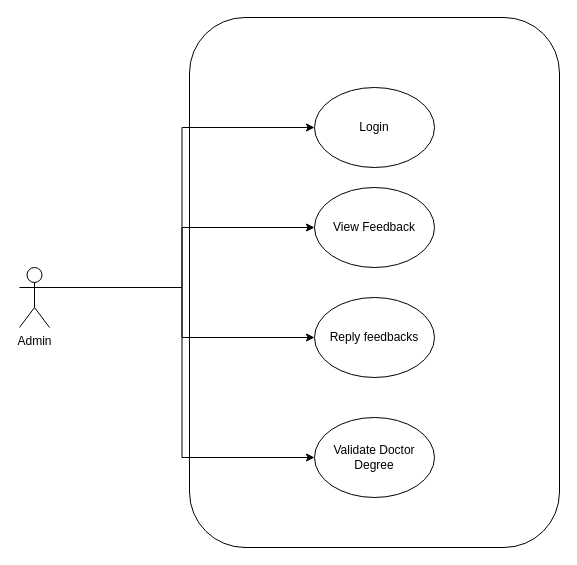
Before: page "admin" (4 of 5) of STQA.drawio in MohitBurkule/doctorconnect, a draw.io diagram. Source tidied: cells renumbered, new cells numbered last; positions are measured from the earlier drawing's top-left corner, leaving out a move shared by most shapes. Both pictures are drawn from the tidied source at 100%, with x=0, y=0 at pixel (19, 17).
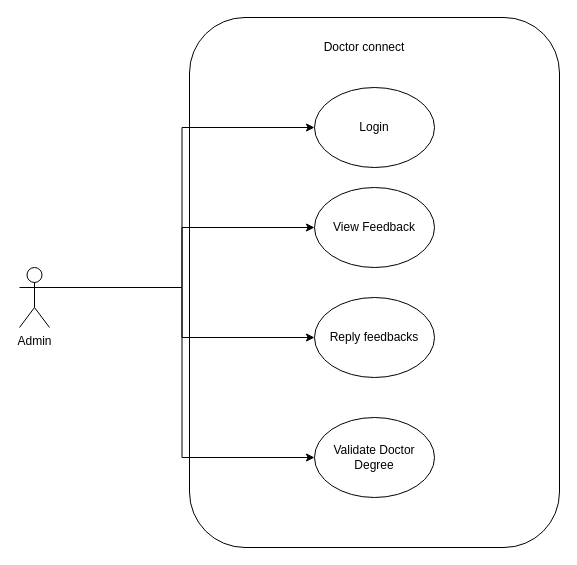
Above is the later version.

Change to the diagram source:
```diff
@@
 <mxGraphModel>
   <root>
     <mxCell id="0" />
     <mxCell id="1" parent="0" />
     <mxCell id="2" style="rounded=1;whiteSpace=wrap;html=1;" parent="1" vertex="1">
       <mxGeometry x="170" width="370" height="530" as="geometry" />
     </mxCell>
     <mxCell id="3" style="edgeStyle=orthogonalEdgeStyle;rounded=0;jettySize=auto;html=1;exitX=1;exitY=0.3333333333333333;exitDx=0;exitDy=0;exitPerimeter=0;entryX=0;entryY=0.5;entryDx=0;entryDy=0;" parent="1" edge="1" source="7" target="8">
       <mxGeometry relative="1" as="geometry" />
     </mxCell>
     <mxCell id="4" style="edgeStyle=orthogonalEdgeStyle;rounded=0;jettySize=auto;html=1;exitX=1;exitY=0.3333333333333333;exitDx=0;exitDy=0;exitPerimeter=0;entryX=0;entryY=0.5;entryDx=0;entryDy=0;" parent="1" edge="1" source="7" target="9">
       <mxGeometry relative="1" as="geometry" />
     </mxCell>
     <mxCell id="5" style="edgeStyle=orthogonalEdgeStyle;rounded=0;jettySize=auto;html=1;exitX=1;exitY=0.3333333333333333;exitDx=0;exitDy=0;exitPerimeter=0;entryX=0;entryY=0.5;entryDx=0;entryDy=0;" parent="1" edge="1" source="7" target="10">
       <mxGeometry relative="1" as="geometry" />
     </mxCell>
     <mxCell id="6" style="edgeStyle=orthogonalEdgeStyle;rounded=0;jettySize=auto;html=1;exitX=1;exitY=0.3333333333333333;exitDx=0;exitDy=0;exitPerimeter=0;entryX=0;entryY=0.5;entryDx=0;entryDy=0;" parent="1" edge="1" source="7" target="11">
       <mxGeometry relative="1" as="geometry" />
     </mxCell>
     <mxCell id="7" value="Admin" style="shape=umlActor;verticalLabelPosition=bottom;verticalAlign=top;html=1;outlineConnect=0;" parent="1" vertex="1">
       <mxGeometry y="250" width="30" height="60" as="geometry" />
     </mxCell>
     <mxCell id="8" value="Login" style="ellipse;whiteSpace=wrap;html=1;" parent="1" vertex="1">
       <mxGeometry x="295" y="70" width="120" height="80" as="geometry" />
     </mxCell>
     <mxCell id="9" value="View Feedback" style="ellipse;whiteSpace=wrap;html=1;" parent="1" vertex="1">
       <mxGeometry x="295" y="170" width="120" height="80" as="geometry" />
     </mxCell>
     <mxCell id="10" value="Reply feedbacks" style="ellipse;whiteSpace=wrap;html=1;" parent="1" vertex="1">
       <mxGeometry x="295" y="280" width="120" height="80" as="geometry" />
     </mxCell>
     <mxCell id="11" value="Validate Doctor Degree" style="ellipse;whiteSpace=wrap;html=1;" parent="1" vertex="1">
       <mxGeometry x="295" y="400" width="120" height="80" as="geometry" />
     </mxCell>
+    <mxCell id="12" value="Doctor connect" style="text;html=1;strokeColor=none;fillColor=none;align=center;verticalAlign=middle;whiteSpace=wrap;rounded=0;" parent="1" vertex="1">
+      <mxGeometry x="280" y="20" width="130" height="20" as="geometry" />
+    </mxCell>
   </root>
 </mxGraphModel>
```
